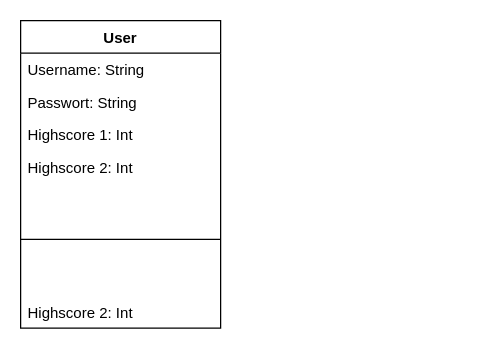
This is doc/UML1.drawio from K7gler/SWE-Hausarbeit-Gruppe18, a draw.io file, before an edit. Source tidied: cells renumbered, new cells numbered last; positions are measured from the earlier drawing's top-left corner, leaving out a move shared by most shapes. Both pictures are drawn from the tidied source at 125%, with x=0, y=0 at pixel (20, 20).
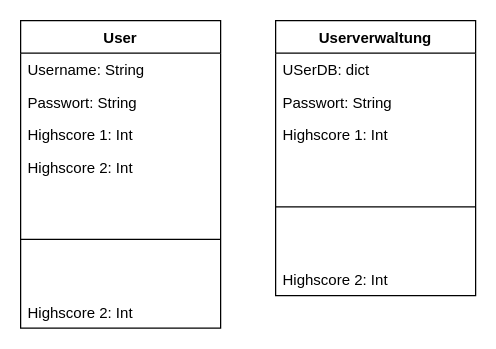
After the change.

Change to the diagram source:
```diff
@@
 <mxGraphModel>
   <root>
     <mxCell id="0" />
     <mxCell id="1" parent="0" />
     <mxCell id="2" value="User" style="swimlane;fontStyle=1;align=center;verticalAlign=top;horizontal=1;startSize=26;html=0;" parent="1" vertex="1">
       <mxGeometry width="160" height="246" as="geometry" />
     </mxCell>
     <mxCell id="3" value="Username: String&#10;" style="text;strokeColor=none;fillColor=none;align=left;verticalAlign=top;spacingLeft=4;spacingRight=4;overflow=hidden;" parent="2" vertex="1">
       <mxGeometry y="26" width="160" height="26" as="geometry" />
     </mxCell>
     <mxCell id="4" value="Passwort: String&#10;" style="text;strokeColor=none;fillColor=none;align=left;verticalAlign=top;spacingLeft=4;spacingRight=4;overflow=hidden;" parent="2" vertex="1">
       <mxGeometry y="52" width="160" height="26" as="geometry" />
     </mxCell>
     <mxCell id="5" value="Highscore 1: Int&#10;" style="text;strokeColor=none;fillColor=none;align=left;verticalAlign=top;spacingLeft=4;spacingRight=4;overflow=hidden;" parent="2" vertex="1">
       <mxGeometry y="78" width="160" height="26" as="geometry" />
     </mxCell>
     <mxCell id="6" value="Highscore 2: Int" style="text;strokeColor=none;fillColor=none;align=left;verticalAlign=top;spacingLeft=4;spacingRight=4;overflow=hidden;" parent="2" vertex="1">
       <mxGeometry y="104" width="160" height="26" as="geometry" />
     </mxCell>
     <mxCell id="7" style="line;strokeWidth=1;fillColor=none;align=left;verticalAlign=middle;spacingTop=-1;spacingLeft=3;spacingRight=3;labelPosition=right;strokeColor=inherit;html=0;" parent="2" vertex="1">
       <mxGeometry y="130" width="160" height="90" as="geometry" />
     </mxCell>
     <mxCell id="8" value="Highscore 2: Int" style="text;strokeColor=none;fillColor=none;align=left;verticalAlign=top;spacingLeft=4;spacingRight=4;overflow=hidden;" parent="2" vertex="1">
       <mxGeometry y="220" width="160" height="26" as="geometry" />
     </mxCell>
+    <mxCell id="9" value="Userverwaltung" style="swimlane;fontStyle=1;align=center;verticalAlign=top;horizontal=1;startSize=26;html=0;" parent="1" vertex="1">
+      <mxGeometry x="204" width="160" height="220" as="geometry" />
+    </mxCell>
+    <mxCell id="10" value="USerDB: dict" style="text;strokeColor=none;fillColor=none;align=left;verticalAlign=top;spacingLeft=4;spacingRight=4;overflow=hidden;" parent="9" vertex="1">
+      <mxGeometry y="26" width="160" height="26" as="geometry" />
+    </mxCell>
+    <mxCell id="11" value="Passwort: String&#10;" style="text;strokeColor=none;fillColor=none;align=left;verticalAlign=top;spacingLeft=4;spacingRight=4;overflow=hidden;" parent="9" vertex="1">
+      <mxGeometry y="52" width="160" height="26" as="geometry" />
+    </mxCell>
+    <mxCell id="12" value="Highscore 1: Int&#10;" style="text;strokeColor=none;fillColor=none;align=left;verticalAlign=top;spacingLeft=4;spacingRight=4;overflow=hidden;" parent="9" vertex="1">
+      <mxGeometry y="78" width="160" height="26" as="geometry" />
+    </mxCell>
+    <mxCell id="13" style="line;strokeWidth=1;fillColor=none;align=left;verticalAlign=middle;spacingTop=-1;spacingLeft=3;spacingRight=3;labelPosition=right;strokeColor=inherit;html=0;" parent="9" vertex="1">
+      <mxGeometry y="104" width="160" height="90" as="geometry" />
+    </mxCell>
+    <mxCell id="14" value="Highscore 2: Int" style="text;strokeColor=none;fillColor=none;align=left;verticalAlign=top;spacingLeft=4;spacingRight=4;overflow=hidden;" parent="9" vertex="1">
+      <mxGeometry y="194" width="160" height="26" as="geometry" />
+    </mxCell>
   </root>
 </mxGraphModel>
```
